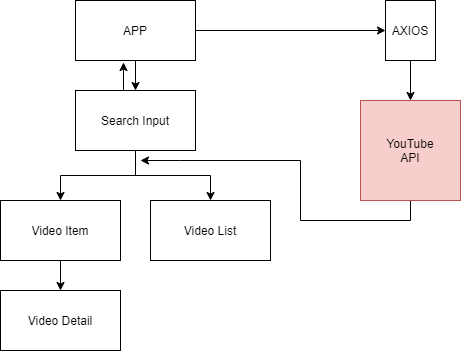
The draw.io diagram Untitled Diagram.png in ElzaanVan/React_VideoSearch_YoutubeAPI_Axios, before a commit. Source tidied: cells renumbered, new cells last; positions are measured from the earlier drawing's top-left corner, leaving out a move shared by most shapes.
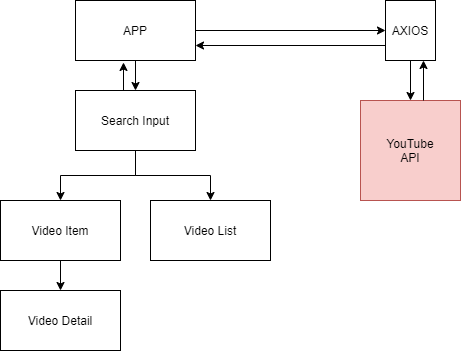
After the commit.

What changed in the source:
```diff
@@ -38,22 +38,20 @@
     <mxCell id="13" value="Video List" style="rounded=0;whiteSpace=wrap;html=1;" parent="1" vertex="1">
       <mxGeometry x="150" y="200" width="120" height="60" as="geometry" />
     </mxCell>
-    <mxCell id="14" style="edgeStyle=orthogonalEdgeStyle;rounded=0;jettySize=auto;html=1;exitX=0.5;exitY=1;exitDx=0;exitDy=0;" parent="1" edge="1" source="15">
-      <mxGeometry relative="1" as="geometry">
-        <mxPoint x="140" y="160" as="targetPoint" />
-        <Array as="points">
-          <mxPoint x="410" y="220" />
-          <mxPoint x="300" y="220" />
-          <mxPoint x="300" y="160" />
-          <mxPoint x="180" y="160" />
-        </Array>
-      </mxGeometry>
-    </mxCell>
     <mxCell id="15" value="YouTube&lt;br&gt;API" style="whiteSpace=wrap;html=1;fillColor=#f8cecc;strokeColor=#b85450;" parent="1" vertex="1">
       <mxGeometry x="360" y="100" width="100" height="100" as="geometry" />
     </mxCell>
     <mxCell id="16" value="AXIOS" style="rounded=0;whiteSpace=wrap;html=1;" parent="1" vertex="1">
       <mxGeometry x="385" width="50" height="60" as="geometry" />
     </mxCell>
+    <mxCell id="17" style="endArrow=classic;html=1;" parent="1" edge="1">
+      <mxGeometry relative="1" as="geometry">
+        <mxPoint x="423" y="100" as="sourcePoint" />
+        <mxPoint x="423" y="60" as="targetPoint" />
+      </mxGeometry>
+    </mxCell>
+    <mxCell id="18" style="endArrow=classic;html=1;entryX=1;entryY=0.75;entryDx=0;entryDy=0;exitX=0;exitY=0.75;exitDx=0;exitDy=0;" parent="1" edge="1" source="16" target="5">
+      <mxGeometry relative="1" as="geometry" />
+    </mxCell>
   </root>
 </mxGraphModel>
```
